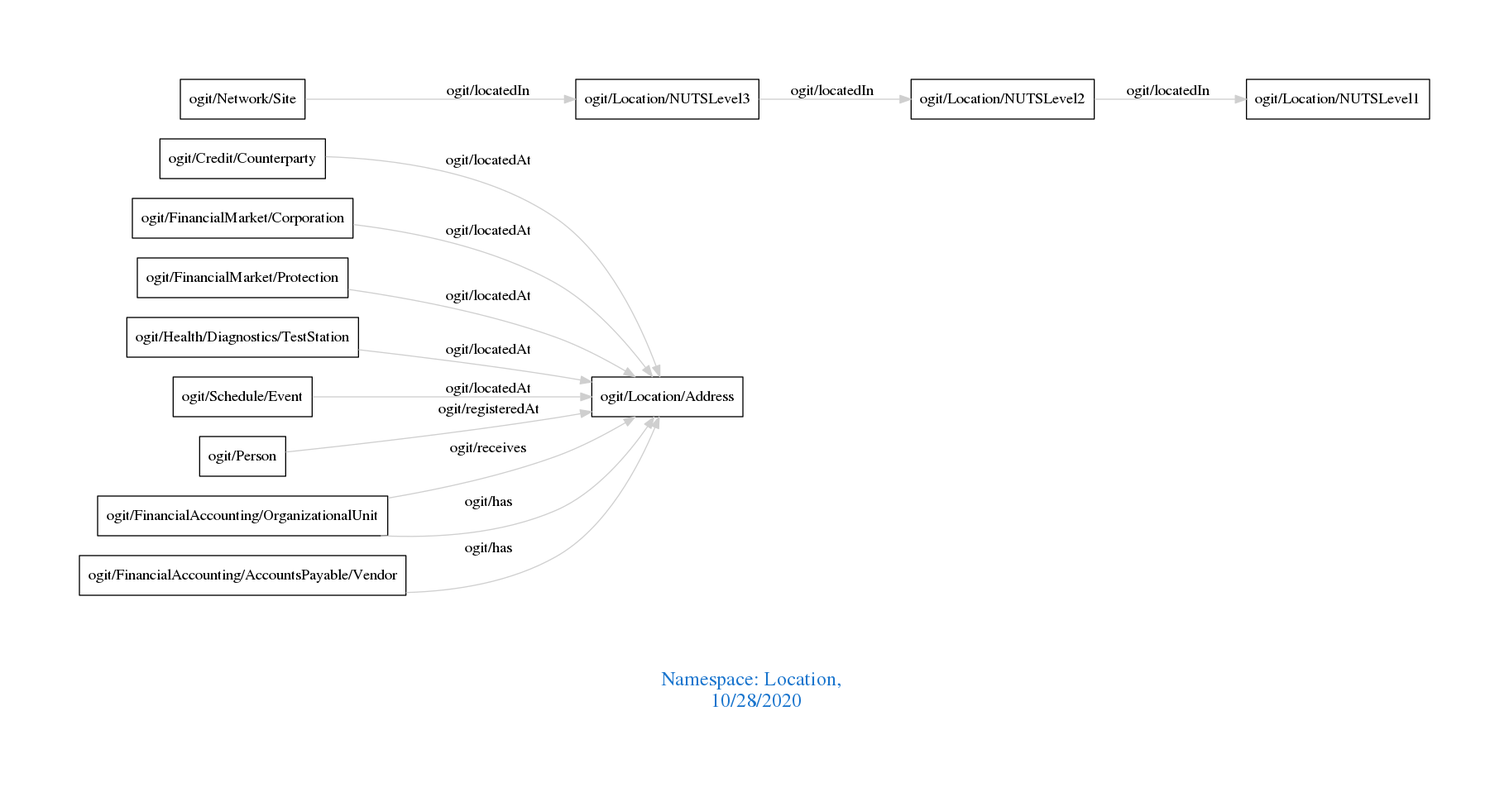
Above: downloads/Location.png in arago/OGIT (Graphviz), before the change. Its source is kept beside it as downloads/Location.dot.
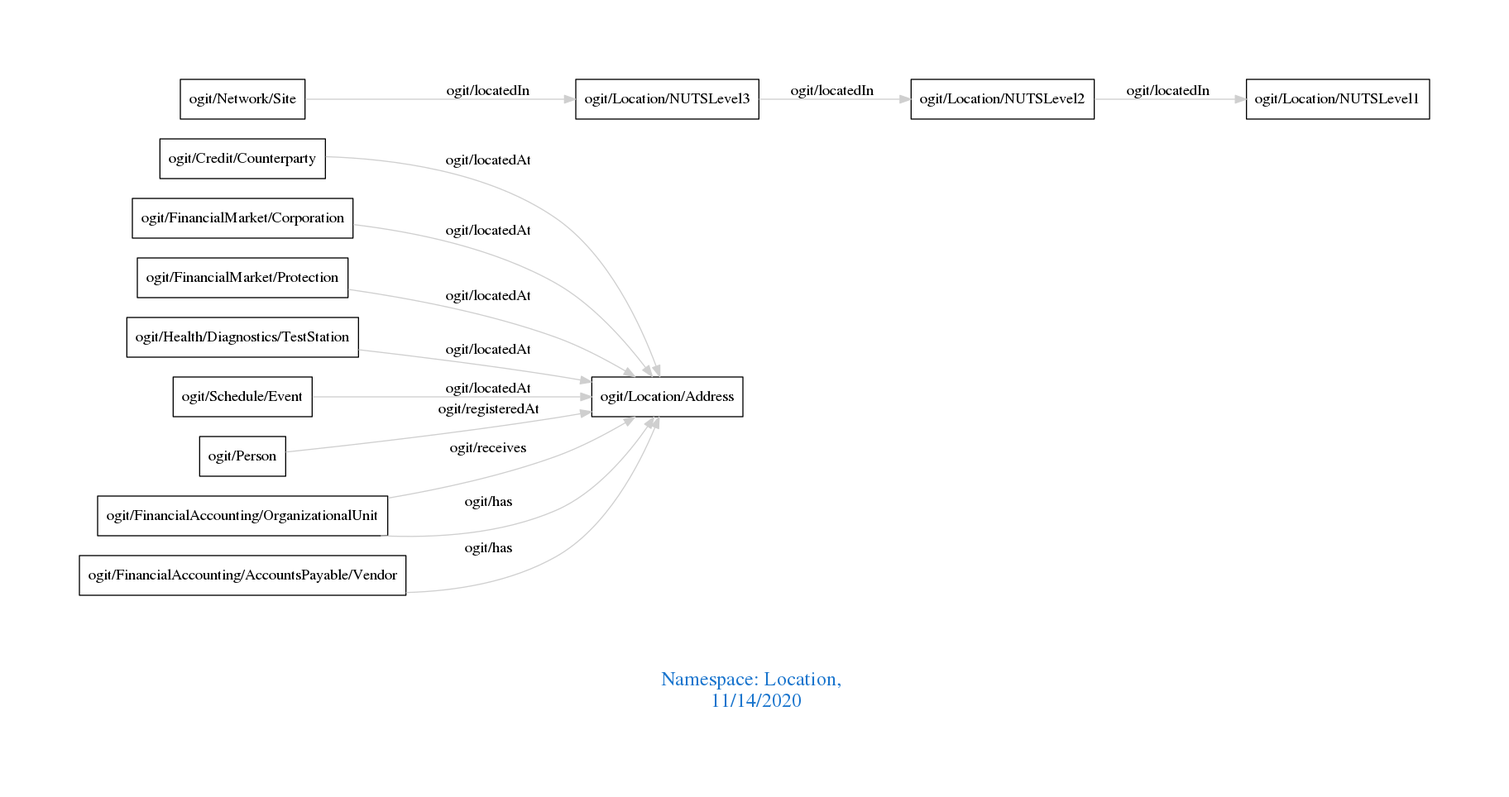
Above is the later version.

What changed in the source:
```diff
@@ -1,7 +1,7 @@
 digraph OGIT_ontology {
  graph [ rankdir= LR,pad=1
 fontsize = 18,
-fontcolor= dodgerblue3,label = "\n\n\nNamespace: Location, \n 10/28/2020"];
+fontcolor= dodgerblue3,label = "\n\n\nNamespace: Location, \n 11/14/2020"];
 node[shape=polygon];
 edge [  color="gray81"];
 
```
